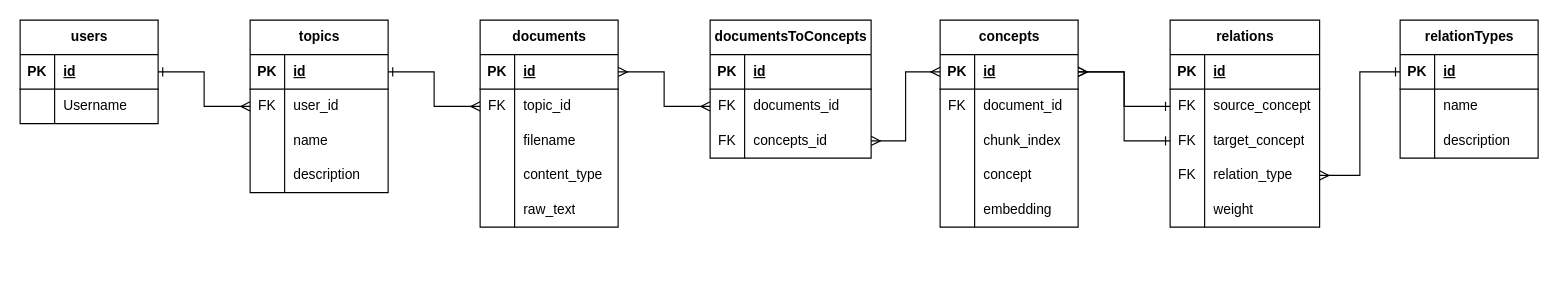
Before: misc/Database Diagram.drawio in gerardlke/Project-Onion, a draw.io diagram. Source tidied: cells renumbered, new cells numbered last; positions are measured from the earlier drawing's top-left corner, leaving out a move shared by most shapes. Both pictures are drawn from the tidied source at 115%, with x=0, y=0 at pixel (20, 20).
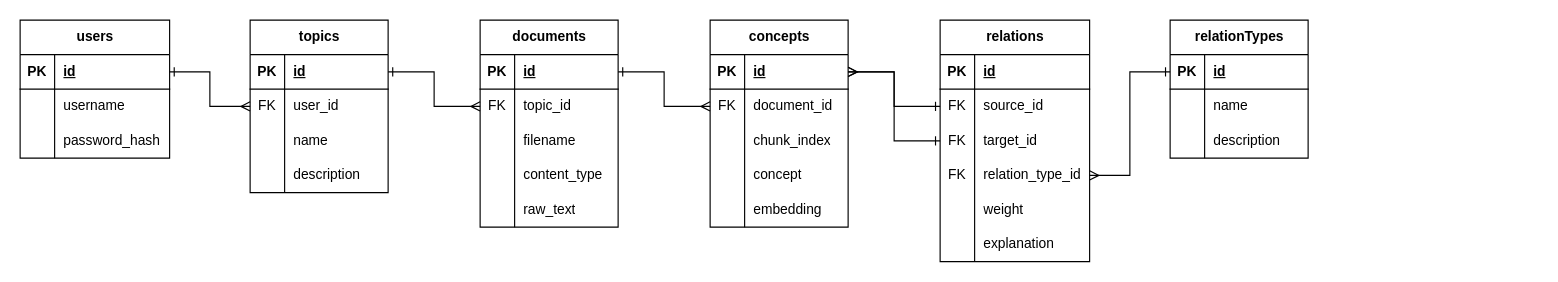
After the change.

Commit message (it also covers changes not shown here):
updated upload api to support new database operation structure

The change refers to these unchanged cells:
```xml
<mxCell id="10" style="shape=tableRow;horizontal=0;startSize=0;swimlaneHead=0;swimlaneBody=0;fillColor=none;points=[[0,0.5],[1,0.5]];portConstraint=eastwest;top=0;left=0;right=0;bottom=1;" parent="9" vertex="1">
  <mxGeometry y="30" width="120" height="30" as="geometry" />
</mxCell>
<mxCell id="26" style="shape=tableRow;horizontal=0;startSize=0;swimlaneHead=0;swimlaneBody=0;fillColor=none;points=[[0,0.5],[1,0.5]];portConstraint=eastwest;top=0;left=0;right=0;bottom=1;" parent="25" vertex="1">
  <mxGeometry y="30" width="120" height="30" as="geometry" />
</mxCell>
<mxCell id="29" style="shape=tableRow;horizontal=0;startSize=0;swimlaneHead=0;swimlaneBody=0;fillColor=none;points=[[0,0.5],[1,0.5]];portConstraint=eastwest;top=0;left=0;right=0;bottom=0;" parent="25" vertex="1">
  <mxGeometry y="60" width="120" height="30" as="geometry" />
</mxCell>
<mxCell id="47" style="shape=tableRow;horizontal=0;startSize=0;swimlaneHead=0;swimlaneBody=0;fillColor=none;points=[[0,0.5],[1,0.5]];portConstraint=eastwest;top=0;left=0;right=0;bottom=0;" parent="43" vertex="1">
  <mxGeometry y="60" width="130" height="30" as="geometry" />
</mxCell>
<mxCell id="50" style="shape=tableRow;horizontal=0;startSize=0;swimlaneHead=0;swimlaneBody=0;fillColor=none;points=[[0,0.5],[1,0.5]];portConstraint=eastwest;top=0;left=0;right=0;bottom=0;" parent="43" vertex="1">
  <mxGeometry y="90" width="130" height="30" as="geometry" />
</mxCell>
<mxCell id="53" style="shape=tableRow;horizontal=0;startSize=0;swimlaneHead=0;swimlaneBody=0;fillColor=none;points=[[0,0.5],[1,0.5]];portConstraint=eastwest;top=0;left=0;right=0;bottom=0;" parent="43" vertex="1">
  <mxGeometry y="120" width="130" height="30" as="geometry" />
</mxCell>
```

Change to the diagram source:
```diff
@@
     <mxCell id="2" value="users" style="shape=table;startSize=30;childLayout=tableLayout;rowLines=0;fontStyle=1;align=center;html=1;" parent="1" vertex="1">
-      <mxGeometry width="120" height="90" as="geometry" />
+      <mxGeometry width="130" height="120" as="geometry" />
     </mxCell>
     <mxCell id="3" style="shape=tableRow;horizontal=0;startSize=0;swimlaneHead=0;swimlaneBody=0;fillColor=none;points=[[0,0.5],[1,0.5]];portConstraint=eastwest;top=0;left=0;right=0;bottom=1;" parent="2" vertex="1">
-      <mxGeometry y="30" width="120" height="30" as="geometry" />
+      <mxGeometry y="30" width="130" height="30" as="geometry" />
     </mxCell>
@@
     <mxCell id="5" value="id" style="shape=partialRectangle;fillColor=none;top=0;left=0;bottom=0;right=0;align=left;spacingLeft=6;fontStyle=5;overflow=hidden;whiteSpace=wrap;html=1;" parent="3" vertex="1">
-      <mxGeometry x="30" width="90" height="30" as="geometry" />
+      <mxGeometry x="30" width="100" height="30" as="geometry" />
     </mxCell>
     <mxCell id="6" style="shape=tableRow;horizontal=0;startSize=0;swimlaneHead=0;swimlaneBody=0;fillColor=none;top=0;left=0;right=0;bottom=0;" parent="2" vertex="1">
-      <mxGeometry y="60" width="120" height="30" as="geometry" />
+      <mxGeometry y="60" width="130" height="30" as="geometry" />
     </mxCell>
@@
-    <mxCell id="8" value="Username" style="shape=partialRectangle;fillColor=none;top=0;left=0;bottom=0;right=0;align=left;spacingLeft=6;overflow=hidden;whiteSpace=wrap;html=1;" parent="6" vertex="1">
-      <mxGeometry x="30" width="90" height="30" as="geometry" />
+    <mxCell id="8" value="username" style="shape=partialRectangle;fillColor=none;top=0;left=0;bottom=0;right=0;align=left;spacingLeft=6;overflow=hidden;whiteSpace=wrap;html=1;" parent="6" vertex="1">
+      <mxGeometry x="30" width="100" height="30" as="geometry" />
     </mxCell>
+    <mxCell id="97" style="shape=tableRow;horizontal=0;startSize=0;swimlaneHead=0;swimlaneBody=0;fillColor=none;top=0;left=0;right=0;bottom=0;" parent="2" vertex="1">
+      <mxGeometry y="90" width="130" height="30" as="geometry" />
+    </mxCell>
+    <mxCell id="98" style="shape=partialRectangle;fillColor=none;top=0;left=0;bottom=0;right=0;overflow=hidden;whiteSpace=wrap;html=1;" parent="97" vertex="1">
+      <mxGeometry width="30" height="30" as="geometry" />
+    </mxCell>
+    <mxCell id="99" value="password_hash" style="shape=partialRectangle;fillColor=none;top=0;left=0;bottom=0;right=0;align=left;spacingLeft=6;overflow=hidden;whiteSpace=wrap;html=1;" parent="97" vertex="1">
+      <mxGeometry x="30" width="100" height="30" as="geometry" />
+    </mxCell>
@@
     <mxCell id="25" value="concepts" style="shape=table;startSize=30;childLayout=tableLayout;rowLines=0;fontStyle=1;align=center;html=1;" parent="1" vertex="1">
-      <mxGeometry x="800" width="120" height="180" as="geometry" />
+      <mxGeometry x="600" width="120" height="180" as="geometry" />
     </mxCell>
@@
-    <mxCell id="42" style="edgeStyle=orthogonalEdgeStyle;rounded=0;jettySize=auto;html=1;exitX=1;exitY=0.5;exitDx=0;exitDy=0;startArrow=ERmany;startFill=0;endArrow=ERmany;endFill=0;entryX=0;entryY=0.5;entryDx=0;entryDy=0;" parent="1" edge="1" source="10" target="89">
-      <mxGeometry relative="1" as="geometry" />
-    </mxCell>
     <mxCell id="43" value="relations" style="shape=table;startSize=30;childLayout=tableLayout;rowLines=0;fontStyle=1;align=center;html=1;" parent="1" vertex="1">
-      <mxGeometry x="1000" width="130" height="180" as="geometry" />
+      <mxGeometry x="800" width="130" height="210" as="geometry" />
     </mxCell>
@@
-    <mxCell id="49" value="source_concept" style="shape=partialRectangle;fillColor=none;top=0;left=0;bottom=0;right=0;align=left;spacingLeft=6;overflow=hidden;whiteSpace=wrap;html=1;" parent="47" vertex="1">
+    <mxCell id="49" value="source_id" style="shape=partialRectangle;fillColor=none;top=0;left=0;bottom=0;right=0;align=left;spacingLeft=6;overflow=hidden;whiteSpace=wrap;html=1;" parent="47" vertex="1">
       <mxGeometry x="30" width="100" height="30" as="geometry" />
     </mxCell>
@@
-    <mxCell id="52" value="target_concept" style="shape=partialRectangle;fillColor=none;top=0;left=0;bottom=0;right=0;align=left;spacingLeft=6;overflow=hidden;whiteSpace=wrap;html=1;" parent="50" vertex="1">
+    <mxCell id="52" value="target_id" style="shape=partialRectangle;fillColor=none;top=0;left=0;bottom=0;right=0;align=left;spacingLeft=6;overflow=hidden;whiteSpace=wrap;html=1;" parent="50" vertex="1">
       <mxGeometry x="30" width="100" height="30" as="geometry" />
     </mxCell>
@@
-    <mxCell id="55" value="relation_type" style="shape=partialRectangle;fillColor=none;top=0;left=0;bottom=0;right=0;align=left;spacingLeft=6;overflow=hidden;whiteSpace=wrap;html=1;" parent="53" vertex="1">
+    <mxCell id="55" value="relation_type_id" style="shape=partialRectangle;fillColor=none;top=0;left=0;bottom=0;right=0;align=left;spacingLeft=6;overflow=hidden;whiteSpace=wrap;html=1;" parent="53" vertex="1">
       <mxGeometry x="30" width="100" height="30" as="geometry" />
     </mxCell>
@@
+    <mxCell id="100" style="shape=tableRow;horizontal=0;startSize=0;swimlaneHead=0;swimlaneBody=0;fillColor=none;top=0;left=0;right=0;bottom=0;" parent="43" vertex="1">
+      <mxGeometry y="180" width="130" height="30" as="geometry" />
+    </mxCell>
+    <mxCell id="101" style="shape=partialRectangle;fillColor=none;top=0;left=0;bottom=0;right=0;overflow=hidden;whiteSpace=wrap;html=1;" parent="100" vertex="1">
+      <mxGeometry width="30" height="30" as="geometry" />
+    </mxCell>
+    <mxCell id="102" value="explanation" style="shape=partialRectangle;fillColor=none;top=0;left=0;bottom=0;right=0;align=left;spacingLeft=6;overflow=hidden;whiteSpace=wrap;html=1;" parent="100" vertex="1">
+      <mxGeometry x="30" width="100" height="30" as="geometry" />
+    </mxCell>
     <mxCell id="59" value="relationTypes" style="shape=table;startSize=30;childLayout=tableLayout;rowLines=0;fontStyle=1;align=center;html=1;" parent="1" vertex="1">
-      <mxGeometry x="1200" width="120" height="120" as="geometry" />
+      <mxGeometry x="1000" width="120" height="120" as="geometry" />
     </mxCell>
@@
-    <mxCell id="85" value="documentsToConcepts" style="shape=table;startSize=30;childLayout=tableLayout;rowLines=0;fontStyle=1;align=center;html=1;" parent="1" vertex="1">
-      <mxGeometry x="600" width="140" height="120" as="geometry" />
-    </mxCell>
-    <mxCell id="86" style="shape=tableRow;horizontal=0;startSize=0;swimlaneHead=0;swimlaneBody=0;fillColor=none;top=0;left=0;right=0;bottom=1;" parent="85" vertex="1">
-      <mxGeometry y="30" width="140" height="30" as="geometry" />
-    </mxCell>
-    <mxCell id="87" value="PK" style="shape=partialRectangle;fillColor=none;top=0;left=0;bottom=0;right=0;fontStyle=1;overflow=hidden;whiteSpace=wrap;html=1;" parent="86" vertex="1">
-      <mxGeometry width="30" height="30" as="geometry" />
-    </mxCell>
-    <mxCell id="88" value="id" style="shape=partialRectangle;fillColor=none;top=0;left=0;bottom=0;right=0;align=left;spacingLeft=6;fontStyle=5;overflow=hidden;whiteSpace=wrap;html=1;" parent="86" vertex="1">
-      <mxGeometry x="30" width="110" height="30" as="geometry" />
-    </mxCell>
-    <mxCell id="89" style="shape=tableRow;horizontal=0;startSize=0;swimlaneHead=0;swimlaneBody=0;fillColor=none;points=[[0,0.5],[1,0.5]];portConstraint=eastwest;top=0;left=0;right=0;bottom=0;" parent="85" vertex="1">
-      <mxGeometry y="60" width="140" height="30" as="geometry" />
-    </mxCell>
-    <mxCell id="90" value="FK" style="shape=partialRectangle;fillColor=none;top=0;left=0;bottom=0;right=0;overflow=hidden;whiteSpace=wrap;html=1;" parent="89" vertex="1">
-      <mxGeometry width="30" height="30" as="geometry" />
-    </mxCell>
-    <mxCell id="91" value="documents_id" style="shape=partialRectangle;fillColor=none;top=0;left=0;bottom=0;right=0;align=left;spacingLeft=6;overflow=hidden;whiteSpace=wrap;html=1;" parent="89" vertex="1">
-      <mxGeometry x="30" width="110" height="30" as="geometry" />
-    </mxCell>
-    <mxCell id="92" style="shape=tableRow;horizontal=0;startSize=0;swimlaneHead=0;swimlaneBody=0;fillColor=none;points=[[0,0.5],[1,0.5]];portConstraint=eastwest;top=0;left=0;right=0;bottom=0;" parent="85" vertex="1">
-      <mxGeometry y="90" width="140" height="30" as="geometry" />
-    </mxCell>
-    <mxCell id="93" value="FK" style="shape=partialRectangle;fillColor=none;top=0;left=0;bottom=0;right=0;overflow=hidden;whiteSpace=wrap;html=1;" parent="92" vertex="1">
-      <mxGeometry width="30" height="30" as="geometry" />
-    </mxCell>
-    <mxCell id="94" value="concepts_id" style="shape=partialRectangle;fillColor=none;top=0;left=0;bottom=0;right=0;align=left;spacingLeft=6;overflow=hidden;whiteSpace=wrap;html=1;" parent="92" vertex="1">
-      <mxGeometry x="30" width="110" height="30" as="geometry" />
-    </mxCell>
-    <mxCell id="95" style="edgeStyle=orthogonalEdgeStyle;rounded=0;jettySize=auto;html=1;exitX=1;exitY=0.5;exitDx=0;exitDy=0;entryX=0;entryY=0.5;entryDx=0;entryDy=0;startArrow=ERmany;startFill=0;endArrow=ERmany;endFill=0;" parent="1" edge="1" source="92" target="26">
-      <mxGeometry relative="1" as="geometry" />
-    </mxCell>
@@
+    <mxCell id="103" style="edgeStyle=orthogonalEdgeStyle;rounded=0;jettySize=auto;html=1;exitX=1;exitY=0.5;exitDx=0;exitDy=0;entryX=0;entryY=0.5;entryDx=0;entryDy=0;startArrow=ERone;startFill=0;endArrow=ERmany;endFill=0;" parent="1" edge="1" source="10" target="29">
+      <mxGeometry relative="1" as="geometry" />
+    </mxCell>
```
